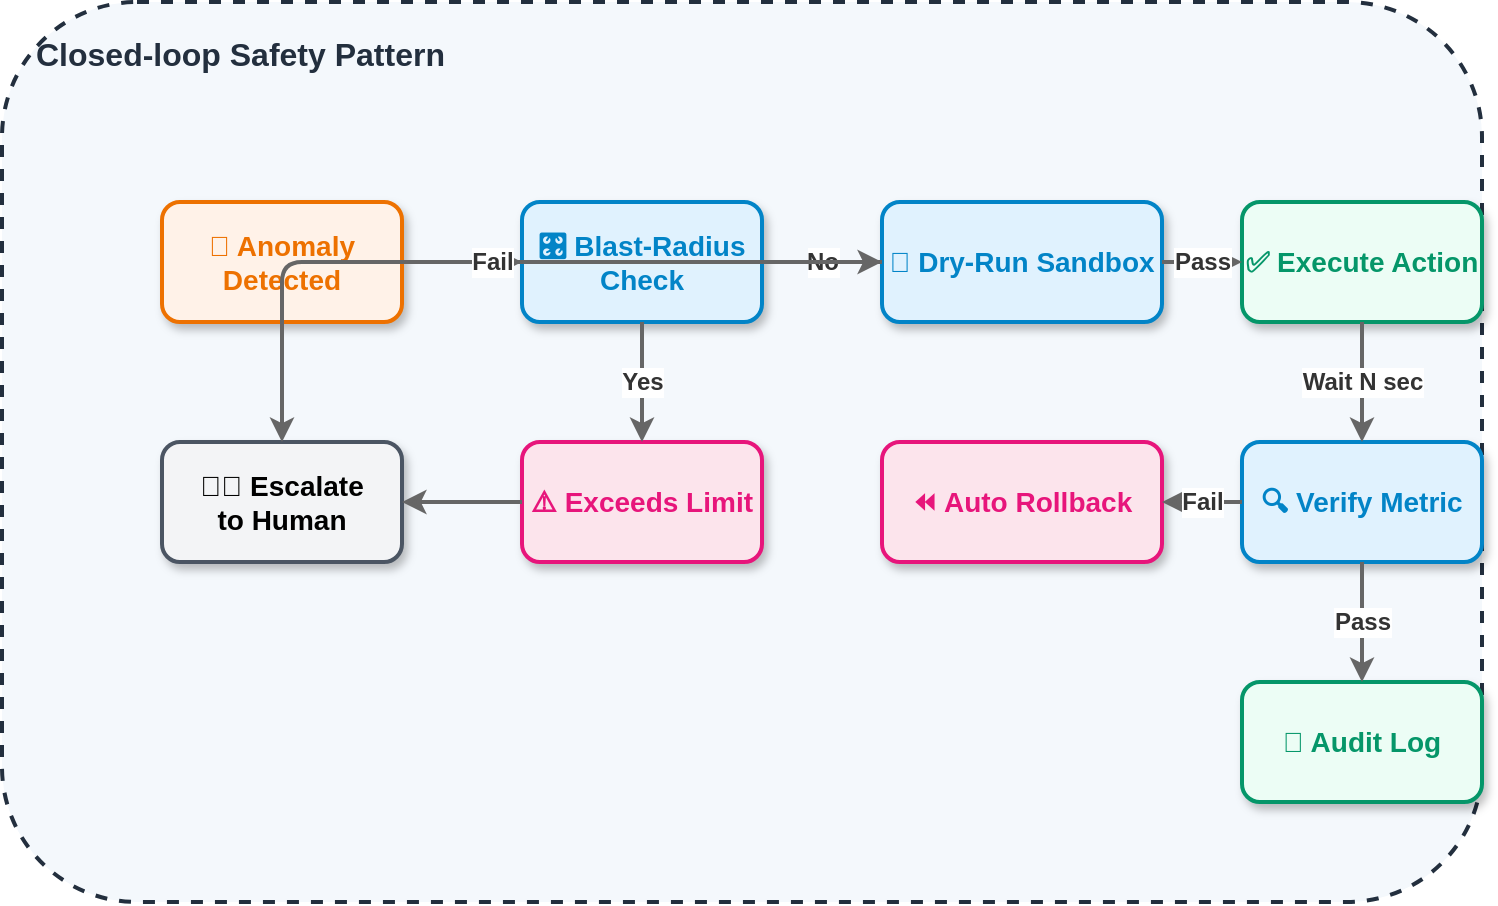
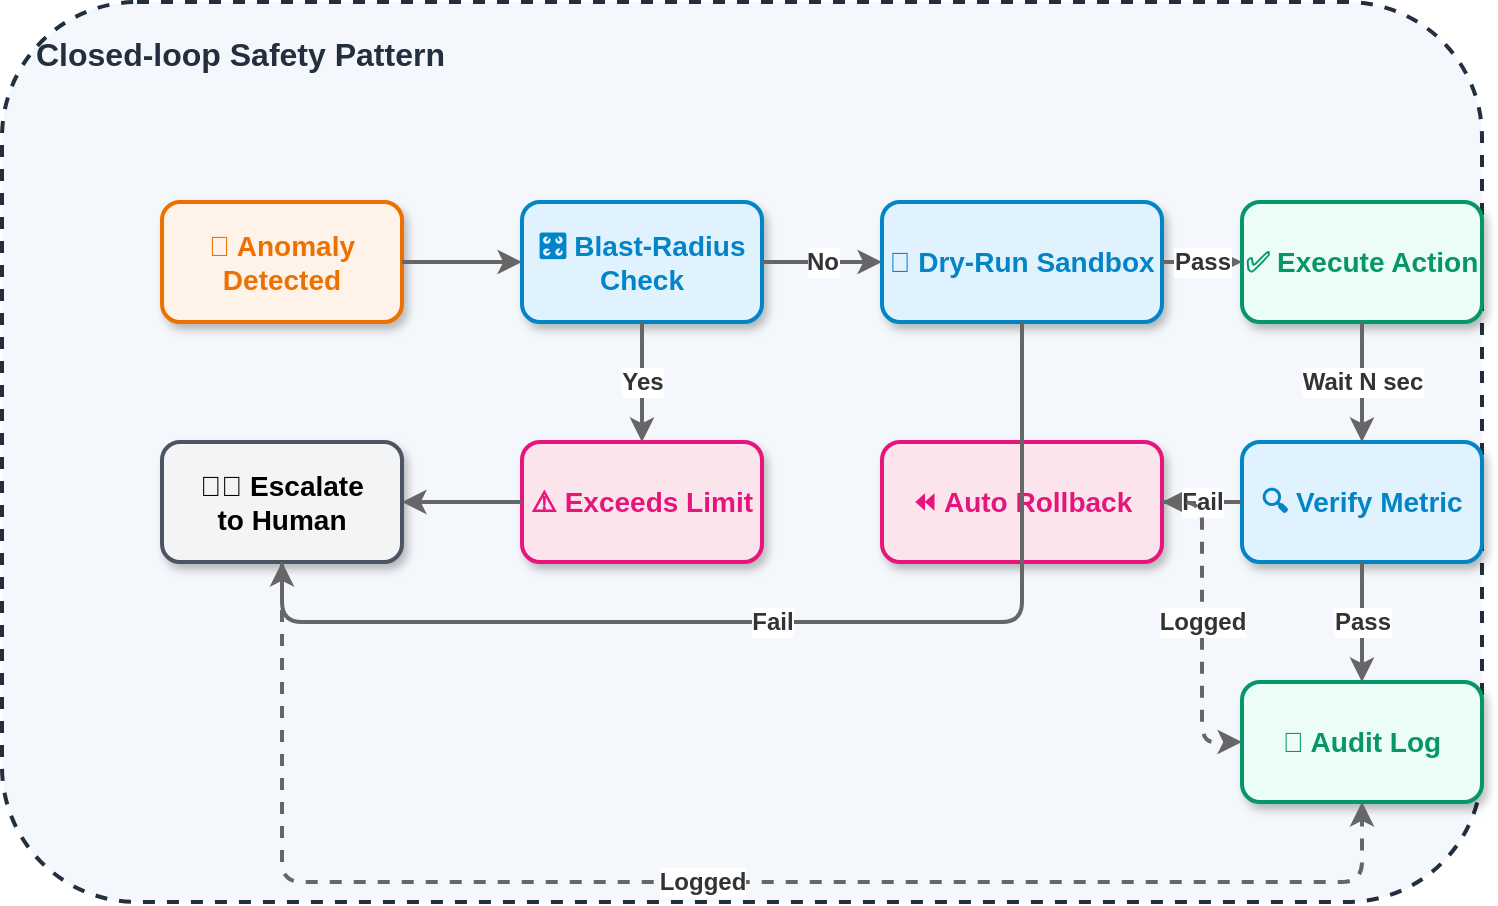
<?xml version='1.0' encoding='utf-8'?>
- <mxfile host="Electron" modified="2026-06-24T00:00:00.000Z" agent="Python script" etag="xyz" version="24.0.0" type="device"><diagram name="Page-1" id="117b6486-e562-46e2-a1a3-0caec88dcebc"><mxGraphModel dx="1000" dy="1000" grid="1" gridSize="10" guides="1" tooltips="1" connect="1" arrows="1" fold="1" page="1" pageScale="1" pageWidth="827" pageHeight="1169" math="0" shadow="0"><root><mxCell id="0" /><mxCell id="1" parent="0" /><mxCell id="2" value="Closed-loop Safety Pattern" style="rounded=1;fillColor=#F4F8FC;strokeColor=#232F3E;strokeWidth=2;dashed=1;verticalAlign=top;align=left;fontSize=16;fontStyle=1;fontColor=#232F3E;spacingLeft=15;spacingTop=10;shadow=0;" vertex="1" parent="1"><mxGeometry x="40" y="40" width="740" height="450" as="geometry" /></mxCell><mxCell id="3" value="🚨 Anomaly&#10;Detected" style="rounded=1;fillColor=#FFF2E8;strokeColor=#ED7100;strokeWidth=2;fontSize=14;fontStyle=1;fontColor=#ED7100;shadow=1;whiteSpace=wrap;" vertex="1" parent="2"><mxGeometry x="80" y="100" width="120" height="60" as="geometry" /></mxCell><mxCell id="4" value="🎛️ Blast-Radius&#10;Check" style="rounded=1;fillColor=#E0F2FE;strokeColor=#0284C7;strokeWidth=2;fontSize=14;fontStyle=1;fontColor=#0284C7;shadow=1;whiteSpace=wrap;" vertex="1" parent="2"><mxGeometry x="260" y="100" width="120" height="60" as="geometry" /></mxCell><mxCell id="5" value="⚠️ Exceeds Limit" style="rounded=1;fillColor=#FCE4EC;strokeColor=#E7157B;strokeWidth=2;fontSize=14;fontStyle=1;fontColor=#E7157B;shadow=1;whiteSpace=wrap;" vertex="1" parent="2"><mxGeometry x="260" y="220" width="120" height="60" as="geometry" /></mxCell><mxCell id="6" value="👨‍💻 Escalate&#10;to Human" style="rounded=1;fillColor=#F3F4F6;strokeColor=#4B5563;strokeWidth=2;fontSize=14;fontStyle=1;shadow=1;whiteSpace=wrap;" vertex="1" parent="2"><mxGeometry x="80" y="220" width="120" height="60" as="geometry" /></mxCell><mxCell id="7" value="🧪 Dry-Run Sandbox" style="rounded=1;fillColor=#E0F2FE;strokeColor=#0284C7;strokeWidth=2;fontSize=14;fontStyle=1;fontColor=#0284C7;shadow=1;whiteSpace=wrap;" vertex="1" parent="2"><mxGeometry x="440" y="100" width="140" height="60" as="geometry" /></mxCell><mxCell id="8" value="✅ Execute Action" style="rounded=1;fillColor=#ECFDF5;strokeColor=#059669;strokeWidth=2;fontSize=14;fontStyle=1;fontColor=#059669;shadow=1;whiteSpace=wrap;" vertex="1" parent="2"><mxGeometry x="620" y="100" width="120" height="60" as="geometry" /></mxCell><mxCell id="9" value="🔍 Verify Metric" style="rounded=1;fillColor=#E0F2FE;strokeColor=#0284C7;strokeWidth=2;fontSize=14;fontStyle=1;fontColor=#0284C7;shadow=1;whiteSpace=wrap;" vertex="1" parent="2"><mxGeometry x="620" y="220" width="120" height="60" as="geometry" /></mxCell><mxCell id="10" value="⏪ Auto Rollback" style="rounded=1;fillColor=#FCE4EC;strokeColor=#E7157B;strokeWidth=2;fontSize=14;fontStyle=1;fontColor=#E7157B;shadow=1;whiteSpace=wrap;" vertex="1" parent="2"><mxGeometry x="440" y="220" width="140" height="60" as="geometry" /></mxCell><mxCell id="11" value="📝 Audit Log" style="rounded=1;fillColor=#ECFDF5;strokeColor=#059669;strokeWidth=2;fontSize=14;fontStyle=1;fontColor=#059669;shadow=1;whiteSpace=wrap;" vertex="1" parent="2"><mxGeometry x="620" y="340" width="120" height="60" as="geometry" /></mxCell><mxCell id="12" value="" style="edgeStyle=orthogonalEdgeStyle;rounded=1;orthogonalLoop=1;jettySize=auto;html=1;strokeColor=#666666;strokeWidth=2;fontColor=#333333;fontSize=12;fontStyle=1;" edge="1" parent="2" source="3" target="4"><mxGeometry relative="1" as="geometry" /></mxCell><mxCell id="13" value="Yes" style="edgeStyle=orthogonalEdgeStyle;rounded=1;orthogonalLoop=1;jettySize=auto;html=1;strokeColor=#666666;strokeWidth=2;fontColor=#333333;fontSize=12;fontStyle=1;" edge="1" parent="2" source="4" target="5"><mxGeometry relative="1" as="geometry" /></mxCell><mxCell id="14" value="" style="edgeStyle=orthogonalEdgeStyle;rounded=1;orthogonalLoop=1;jettySize=auto;html=1;strokeColor=#666666;strokeWidth=2;fontColor=#333333;fontSize=12;fontStyle=1;" edge="1" parent="2" source="5" target="6"><mxGeometry relative="1" as="geometry" /></mxCell><mxCell id="15" value="No" style="edgeStyle=orthogonalEdgeStyle;rounded=1;orthogonalLoop=1;jettySize=auto;html=1;strokeColor=#666666;strokeWidth=2;fontColor=#333333;fontSize=12;fontStyle=1;" edge="1" parent="2" source="4" target="7"><mxGeometry relative="1" as="geometry" /></mxCell><mxCell id="16" value="Pass" style="edgeStyle=orthogonalEdgeStyle;rounded=1;orthogonalLoop=1;jettySize=auto;html=1;strokeColor=#666666;strokeWidth=2;fontColor=#333333;fontSize=12;fontStyle=1;" edge="1" parent="2" source="7" target="8"><mxGeometry relative="1" as="geometry" /></mxCell><mxCell id="17" value="Fail" style="edgeStyle=orthogonalEdgeStyle;rounded=1;orthogonalLoop=1;jettySize=auto;html=1;strokeColor=#666666;strokeWidth=2;fontColor=#333333;fontSize=12;fontStyle=1;" edge="1" parent="2" source="7" target="6"><mxGeometry relative="1" as="geometry" /></mxCell><mxCell id="18" value="Wait N sec" style="edgeStyle=orthogonalEdgeStyle;rounded=1;orthogonalLoop=1;jettySize=auto;html=1;strokeColor=#666666;strokeWidth=2;fontColor=#333333;fontSize=12;fontStyle=1;" edge="1" parent="2" source="8" target="9"><mxGeometry relative="1" as="geometry" /></mxCell><mxCell id="19" value="Pass" style="edgeStyle=orthogonalEdgeStyle;rounded=1;orthogonalLoop=1;jettySize=auto;html=1;strokeColor=#666666;strokeWidth=2;fontColor=#333333;fontSize=12;fontStyle=1;" edge="1" parent="2" source="9" target="11"><mxGeometry relative="1" as="geometry" /></mxCell><mxCell id="20" value="Fail" style="edgeStyle=orthogonalEdgeStyle;rounded=1;orthogonalLoop=1;jettySize=auto;html=1;strokeColor=#666666;strokeWidth=2;fontColor=#333333;fontSize=12;fontStyle=1;" edge="1" parent="2" source="9" target="10"><mxGeometry relative="1" as="geometry" /></mxCell></root></mxGraphModel></diagram></mxfile>+ <mxfile host="Electron" modified="2026-06-24T00:00:00.000Z" agent="Python script" etag="xyz" version="24.0.0" type="device"><diagram name="Page-1" id="117b6486-e562-46e2-a1a3-0caec88dcebc"><mxGraphModel dx="1000" dy="1000" grid="1" gridSize="10" guides="1" tooltips="1" connect="1" arrows="1" fold="1" page="1" pageScale="1" pageWidth="827" pageHeight="1169" math="0" shadow="0"><root><mxCell id="0" /><mxCell id="1" parent="0" /><mxCell id="2" value="Closed-loop Safety Pattern" style="rounded=1;fillColor=#F4F8FC;strokeColor=#232F3E;strokeWidth=2;dashed=1;verticalAlign=top;align=left;fontSize=16;fontStyle=1;fontColor=#232F3E;spacingLeft=15;spacingTop=10;shadow=0;" vertex="1" parent="1"><mxGeometry x="40" y="40" width="740" height="450" as="geometry" /></mxCell><mxCell id="3" value="🚨 Anomaly&#10;Detected" style="rounded=1;fillColor=#FFF2E8;strokeColor=#ED7100;strokeWidth=2;fontSize=14;fontStyle=1;fontColor=#ED7100;shadow=1;whiteSpace=wrap;" vertex="1" parent="2"><mxGeometry x="80" y="100" width="120" height="60" as="geometry" /></mxCell><mxCell id="4" value="🎛️ Blast-Radius&#10;Check" style="rounded=1;fillColor=#E0F2FE;strokeColor=#0284C7;strokeWidth=2;fontSize=14;fontStyle=1;fontColor=#0284C7;shadow=1;whiteSpace=wrap;" vertex="1" parent="2"><mxGeometry x="260" y="100" width="120" height="60" as="geometry" /></mxCell><mxCell id="5" value="⚠️ Exceeds Limit" style="rounded=1;fillColor=#FCE4EC;strokeColor=#E7157B;strokeWidth=2;fontSize=14;fontStyle=1;fontColor=#E7157B;shadow=1;whiteSpace=wrap;" vertex="1" parent="2"><mxGeometry x="260" y="220" width="120" height="60" as="geometry" /></mxCell><mxCell id="6" value="👨‍💻 Escalate&#10;to Human" style="rounded=1;fillColor=#F3F4F6;strokeColor=#4B5563;strokeWidth=2;fontSize=14;fontStyle=1;shadow=1;whiteSpace=wrap;" vertex="1" parent="2"><mxGeometry x="80" y="220" width="120" height="60" as="geometry" /></mxCell><mxCell id="7" value="🧪 Dry-Run Sandbox" style="rounded=1;fillColor=#E0F2FE;strokeColor=#0284C7;strokeWidth=2;fontSize=14;fontStyle=1;fontColor=#0284C7;shadow=1;whiteSpace=wrap;" vertex="1" parent="2"><mxGeometry x="440" y="100" width="140" height="60" as="geometry" /></mxCell><mxCell id="8" value="✅ Execute Action" style="rounded=1;fillColor=#ECFDF5;strokeColor=#059669;strokeWidth=2;fontSize=14;fontStyle=1;fontColor=#059669;shadow=1;whiteSpace=wrap;" vertex="1" parent="2"><mxGeometry x="620" y="100" width="120" height="60" as="geometry" /></mxCell><mxCell id="9" value="🔍 Verify Metric" style="rounded=1;fillColor=#E0F2FE;strokeColor=#0284C7;strokeWidth=2;fontSize=14;fontStyle=1;fontColor=#0284C7;shadow=1;whiteSpace=wrap;" vertex="1" parent="2"><mxGeometry x="620" y="220" width="120" height="60" as="geometry" /></mxCell><mxCell id="10" value="⏪ Auto Rollback" style="rounded=1;fillColor=#FCE4EC;strokeColor=#E7157B;strokeWidth=2;fontSize=14;fontStyle=1;fontColor=#E7157B;shadow=1;whiteSpace=wrap;" vertex="1" parent="2"><mxGeometry x="440" y="220" width="140" height="60" as="geometry" /></mxCell><mxCell id="11" value="📝 Audit Log" style="rounded=1;fillColor=#ECFDF5;strokeColor=#059669;strokeWidth=2;fontSize=14;fontStyle=1;fontColor=#059669;shadow=1;whiteSpace=wrap;" vertex="1" parent="2"><mxGeometry x="620" y="340" width="120" height="60" as="geometry" /></mxCell><mxCell id="12" value="" style="edgeStyle=orthogonalEdgeStyle;rounded=1;orthogonalLoop=1;jettySize=auto;html=1;strokeColor=#666666;strokeWidth=2;fontColor=#333333;fontSize=12;fontStyle=1;" edge="1" parent="2" source="3" target="4"><mxGeometry relative="1" as="geometry" /></mxCell><mxCell id="13" value="Yes" style="edgeStyle=orthogonalEdgeStyle;rounded=1;orthogonalLoop=1;jettySize=auto;html=1;strokeColor=#666666;strokeWidth=2;fontColor=#333333;fontSize=12;fontStyle=1;" edge="1" parent="2" source="4" target="5"><mxGeometry relative="1" as="geometry" /></mxCell><mxCell id="14" value="" style="edgeStyle=orthogonalEdgeStyle;rounded=1;orthogonalLoop=1;jettySize=auto;html=1;strokeColor=#666666;strokeWidth=2;fontColor=#333333;fontSize=12;fontStyle=1;" edge="1" parent="2" source="5" target="6"><mxGeometry relative="1" as="geometry" /></mxCell><mxCell id="15" value="No" style="edgeStyle=orthogonalEdgeStyle;rounded=1;orthogonalLoop=1;jettySize=auto;html=1;strokeColor=#666666;strokeWidth=2;fontColor=#333333;fontSize=12;fontStyle=1;" edge="1" parent="2" source="4" target="7"><mxGeometry relative="1" as="geometry" /></mxCell><mxCell id="16" value="Pass" style="edgeStyle=orthogonalEdgeStyle;rounded=1;orthogonalLoop=1;jettySize=auto;html=1;strokeColor=#666666;strokeWidth=2;fontColor=#333333;fontSize=12;fontStyle=1;" edge="1" parent="2" source="7" target="8"><mxGeometry relative="1" as="geometry" /></mxCell><mxCell id="17" value="Fail" style="edgeStyle=orthogonalEdgeStyle;rounded=1;orthogonalLoop=1;jettySize=auto;html=1;strokeColor=#666666;strokeWidth=2;fontColor=#333333;fontSize=12;fontStyle=1;exitX=0.5;exitY=1;exitDx=0;exitDy=0;entryX=0.5;entryY=1;entryDx=0;entryDy=0;" edge="1" parent="2" source="7" target="6"><mxGeometry relative="1" as="geometry"><Array as="points"><mxPoint x="510" y="310" /><mxPoint x="140" y="310" /></Array></mxGeometry></mxCell><mxCell id="18" value="Wait N sec" style="edgeStyle=orthogonalEdgeStyle;rounded=1;orthogonalLoop=1;jettySize=auto;html=1;strokeColor=#666666;strokeWidth=2;fontColor=#333333;fontSize=12;fontStyle=1;" edge="1" parent="2" source="8" target="9"><mxGeometry relative="1" as="geometry" /></mxCell><mxCell id="19" value="Pass" style="edgeStyle=orthogonalEdgeStyle;rounded=1;orthogonalLoop=1;jettySize=auto;html=1;strokeColor=#666666;strokeWidth=2;fontColor=#333333;fontSize=12;fontStyle=1;" edge="1" parent="2" source="9" target="11"><mxGeometry relative="1" as="geometry" /></mxCell><mxCell id="20" value="Fail" style="edgeStyle=orthogonalEdgeStyle;rounded=1;orthogonalLoop=1;jettySize=auto;html=1;strokeColor=#666666;strokeWidth=2;fontColor=#333333;fontSize=12;fontStyle=1;" edge="1" parent="2" source="9" target="10"><mxGeometry relative="1" as="geometry" /></mxCell><mxCell id="21" value="Logged" style="edgeStyle=orthogonalEdgeStyle;rounded=1;orthogonalLoop=1;jettySize=auto;html=1;strokeColor=#666666;strokeWidth=2;fontColor=#333333;fontSize=12;fontStyle=1;dashed=1;exitX=1;exitY=0.5;exitDx=0;exitDy=0;entryX=0;entryY=0.5;entryDx=0;entryDy=0;" edge="1" parent="2" source="10" target="11"><mxGeometry relative="1" as="geometry"><Array as="points"><mxPoint x="600" y="370" /></Array></mxGeometry></mxCell><mxCell id="22" value="Logged" style="edgeStyle=orthogonalEdgeStyle;rounded=1;orthogonalLoop=1;jettySize=auto;html=1;strokeColor=#666666;strokeWidth=2;fontColor=#333333;fontSize=12;fontStyle=1;dashed=1;exitX=0.5;exitY=1;exitDx=0;exitDy=0;entryX=0.5;entryY=1;entryDx=0;entryDy=0;" edge="1" parent="2" source="6" target="11"><mxGeometry relative="1" as="geometry"><Array as="points"><mxPoint x="140" y="440" /><mxPoint x="680" y="440" /></Array></mxGeometry></mxCell></root></mxGraphModel></diagram></mxfile>